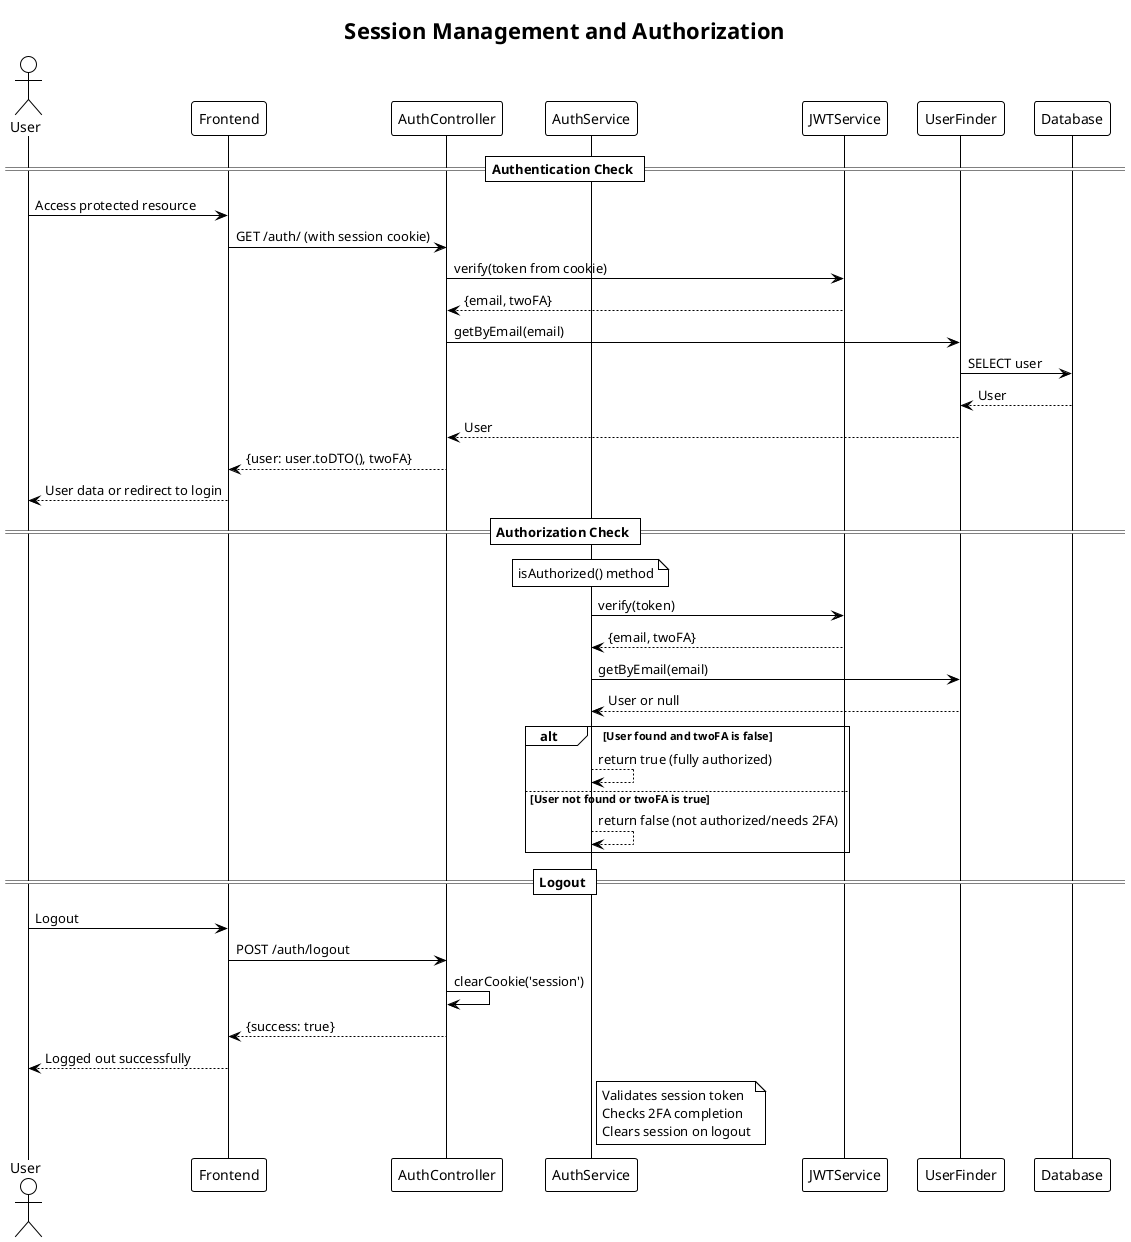
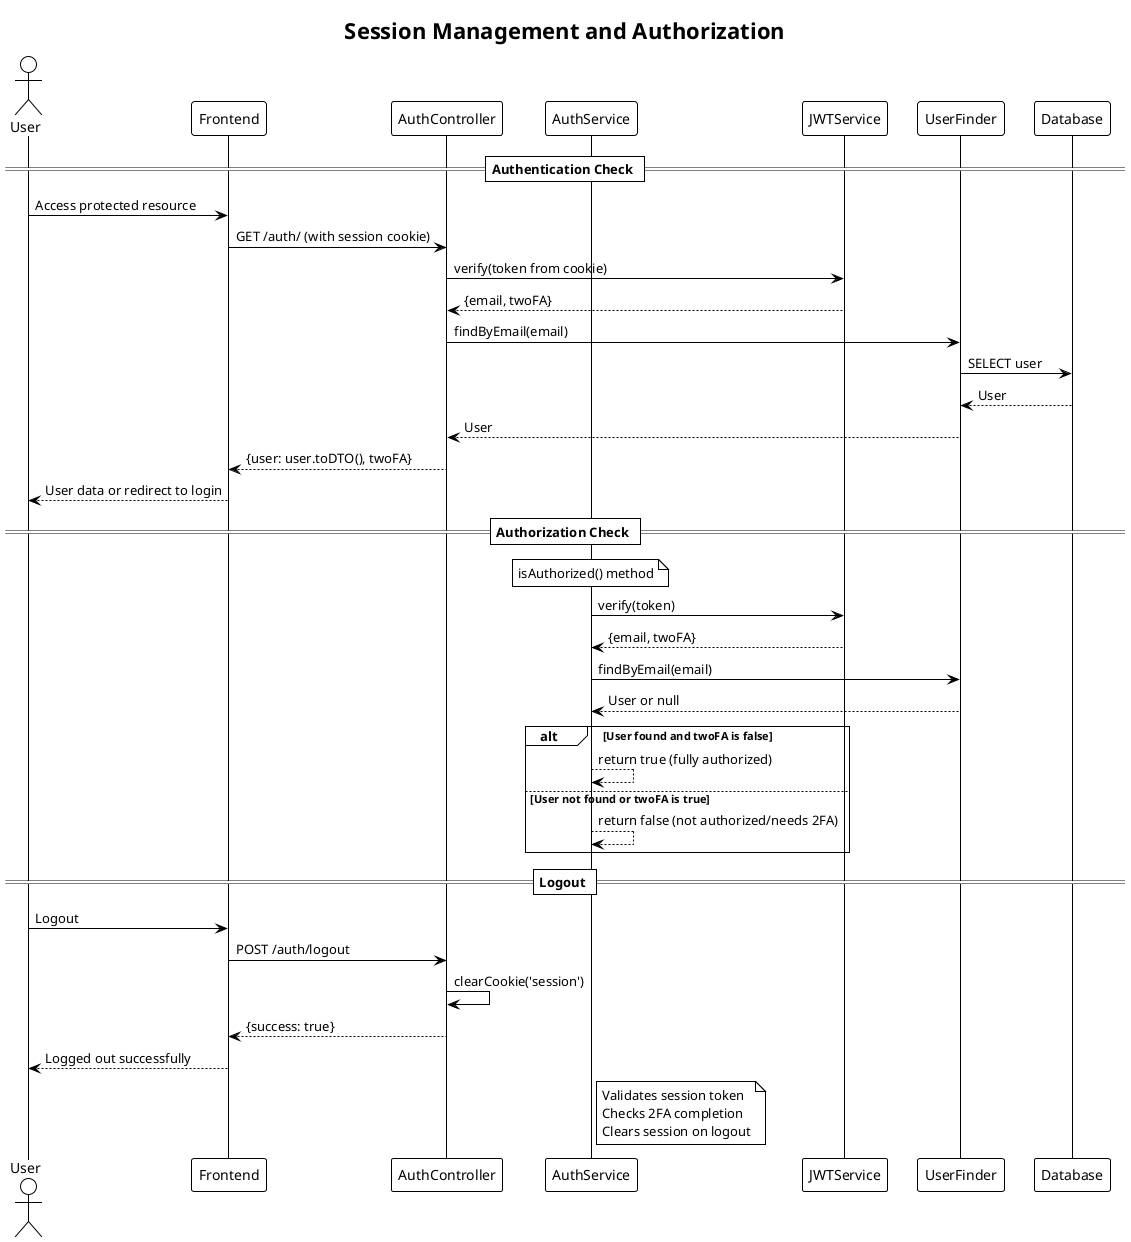
@startuml Session Management Flow
!theme plain
title Session Management and Authorization

actor User
participant "Frontend" as FE
participant "AuthController" as AC
participant "AuthService" as AS
participant "JWTService" as JWT
participant "UserFinder" as UF
participant "Database" as DB

== Authentication Check ==
User -> FE: Access protected resource
FE -> AC: GET /auth/ (with session cookie)
AC -> JWT: verify(token from cookie)
JWT --> AC: {email, twoFA}
- AC -> UF: getByEmail(email)
+ AC -> UF: findByEmail(email)
UF -> DB: SELECT user
DB --> UF: User
UF --> AC: User
AC --> FE: {user: user.toDTO(), twoFA}
FE --> User: User data or redirect to login

== Authorization Check ==
note over AS: isAuthorized() method
AS -> JWT: verify(token)
JWT --> AS: {email, twoFA}
- AS -> UF: getByEmail(email)
+ AS -> UF: findByEmail(email)
UF --> AS: User or null

alt User found and twoFA is false
    AS --> AS: return true (fully authorized)
else User not found or twoFA is true
    AS --> AS: return false (not authorized/needs 2FA)
end

== Logout ==
User -> FE: Logout
FE -> AC: POST /auth/logout
AC -> AC: clearCookie('session')
AC --> FE: {success: true}
FE --> User: Logged out successfully

note right of AS: Validates session token\nChecks 2FA completion\nClears session on logout

@enduml
